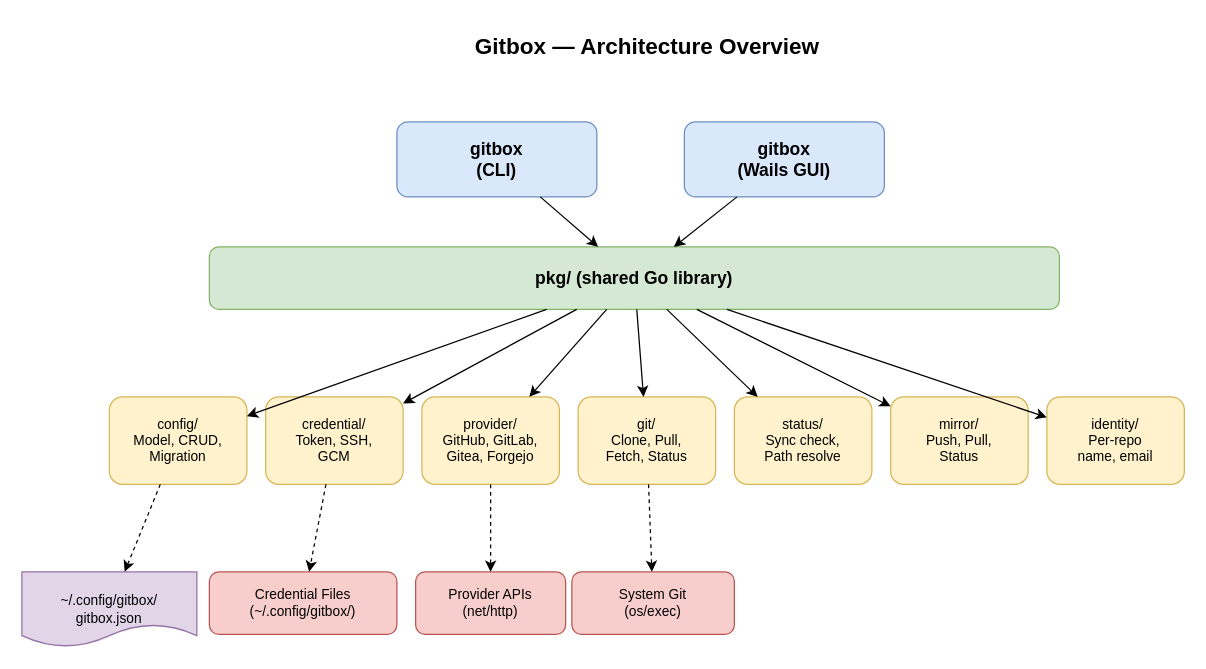
This is docs/diagrams/architecture-overview.drawio from LuisPalacios/gitbox, a draw.io file, before an edit. Source tidied: cells renumbered, new cells numbered last; positions are measured from the earlier drawing's top-left corner, leaving out a move shared by most shapes. Both pictures are drawn from the tidied source at 125%, with x=0, y=0 at pixel (21, 21).
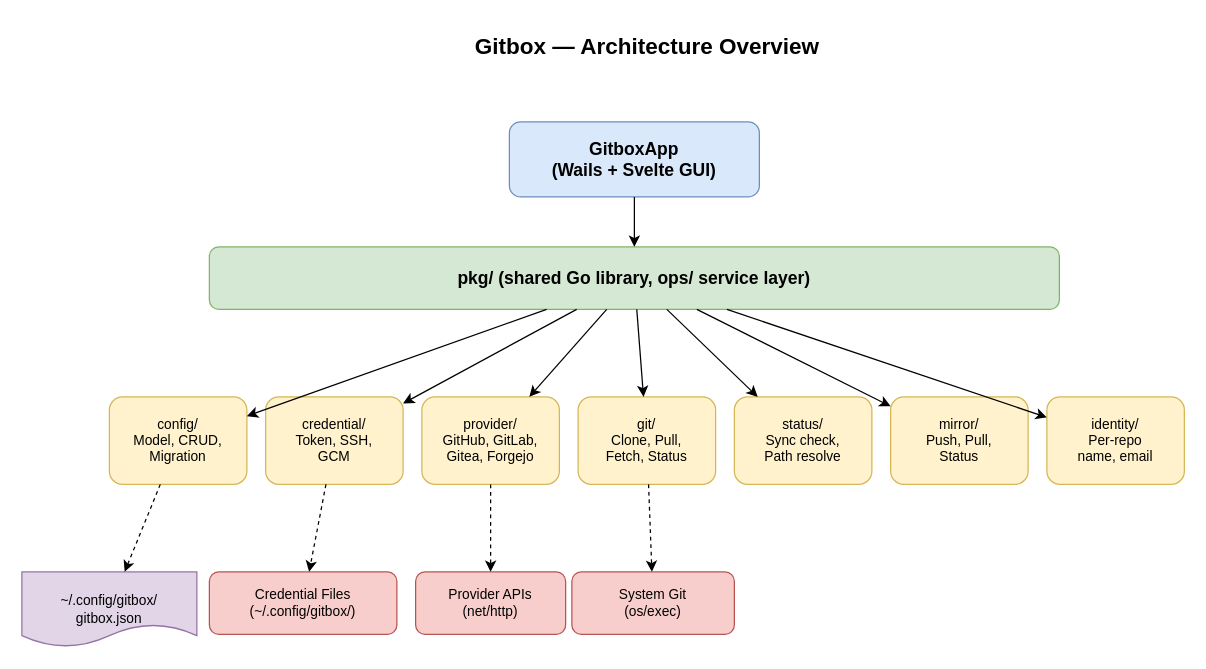
After the change.

The edit, as a diff of the source:
```diff
@@
-    <mxCell id="3" value="gitbox&#10;(CLI)" style="rounded=1;whiteSpace=wrap;html=1;fillColor=#dae8fc;strokeColor=#6c8ebf;fontSize=14;fontStyle=1;" parent="1" vertex="1">
-      <mxGeometry x="300" y="80" width="160" height="60" as="geometry" />
-    </mxCell>
-    <mxCell id="4" value="gitbox&#10;(Wails GUI)" style="rounded=1;whiteSpace=wrap;html=1;fillColor=#dae8fc;strokeColor=#6c8ebf;fontSize=14;fontStyle=1;" parent="1" vertex="1">
-      <mxGeometry x="530" y="80" width="160" height="60" as="geometry" />
+    <mxCell id="4" value="GitboxApp&#10;(Wails + Svelte GUI)" style="rounded=1;whiteSpace=wrap;html=1;fillColor=#dae8fc;strokeColor=#6c8ebf;fontSize=14;fontStyle=1;" parent="1" vertex="1">
+      <mxGeometry x="390" y="80" width="200" height="60" as="geometry" />
     </mxCell>
-    <mxCell id="5" value="pkg/ (shared Go library)" style="rounded=1;whiteSpace=wrap;html=1;fillColor=#d5e8d4;strokeColor=#82b366;fontSize=14;fontStyle=1;" parent="1" vertex="1">
+    <mxCell id="5" value="pkg/ (shared Go library, ops/ service layer)" style="rounded=1;whiteSpace=wrap;html=1;fillColor=#d5e8d4;strokeColor=#82b366;fontSize=14;fontStyle=1;" parent="1" vertex="1">
       <mxGeometry x="150" y="180" width="680" height="50" as="geometry" />
     </mxCell>
@@
-    <mxCell id="17" parent="1" edge="1" source="3" target="5">
-      <mxGeometry relative="1" as="geometry" />
-    </mxCell>
```
